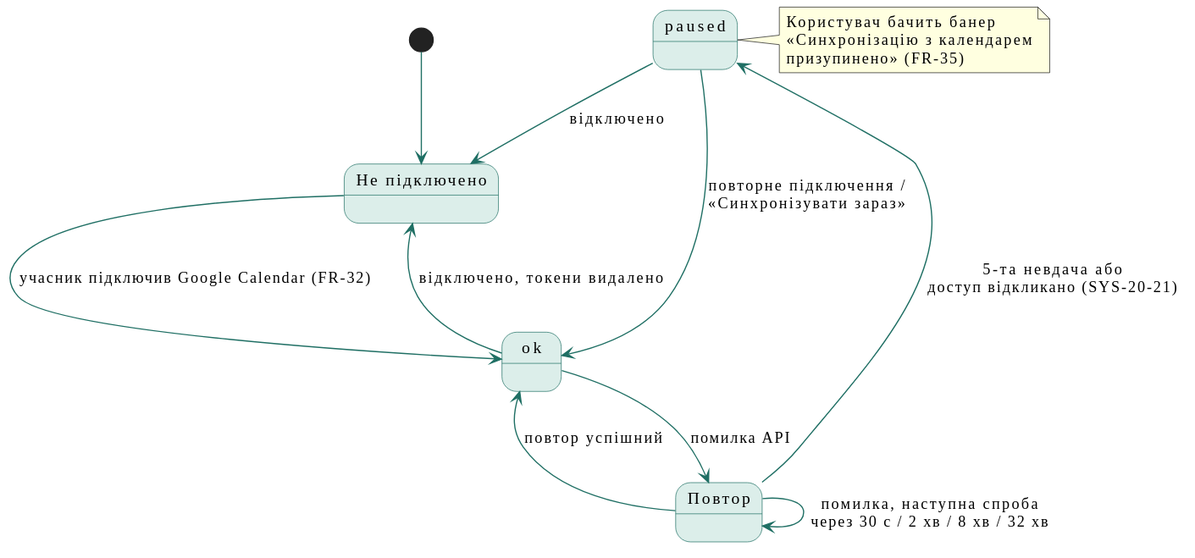
Before: docs/diagrams/state/svg/calendar-sync.svg, a diagram exported from PlantUML (mzabrodin/Errandly). Source of this version:
```plantuml
@startuml
skinparam shadowing false
skinparam defaultFontName "Inter, Segoe UI, Arial"
skinparam ArrowColor #1F6F64
skinparam StateBackgroundColor #DCEEEA
skinparam StateBorderColor #1F6F64
skinparam NoteBackgroundColor #FFFFE0

state "Не підключено" as Disconnected
state "ok" as Ok
state "Повтор" as Retrying
state "paused" as Paused

[*] --> Disconnected
Disconnected --> Ok : учасник підключив Google Calendar (FR-32)
Ok --> Retrying : помилка API
Retrying --> Ok : повтор успішний
Retrying --> Retrying : помилка, наступна спроба\nчерез 30 с / 2 хв / 8 хв / 32 хв
Retrying --> Paused : 5-та невдача або\nдоступ відкликано (SYS-20-21)
Paused --> Ok : повторне підключення /\n«Синхронізувати зараз»
Ok --> Disconnected : відключено, токени видалено
Paused --> Disconnected : відключено

note right of Paused
  Користувач бачить банер
  «Синхронізацію з календарем
  призупинено» (FR-35)
end note
@enduml
```
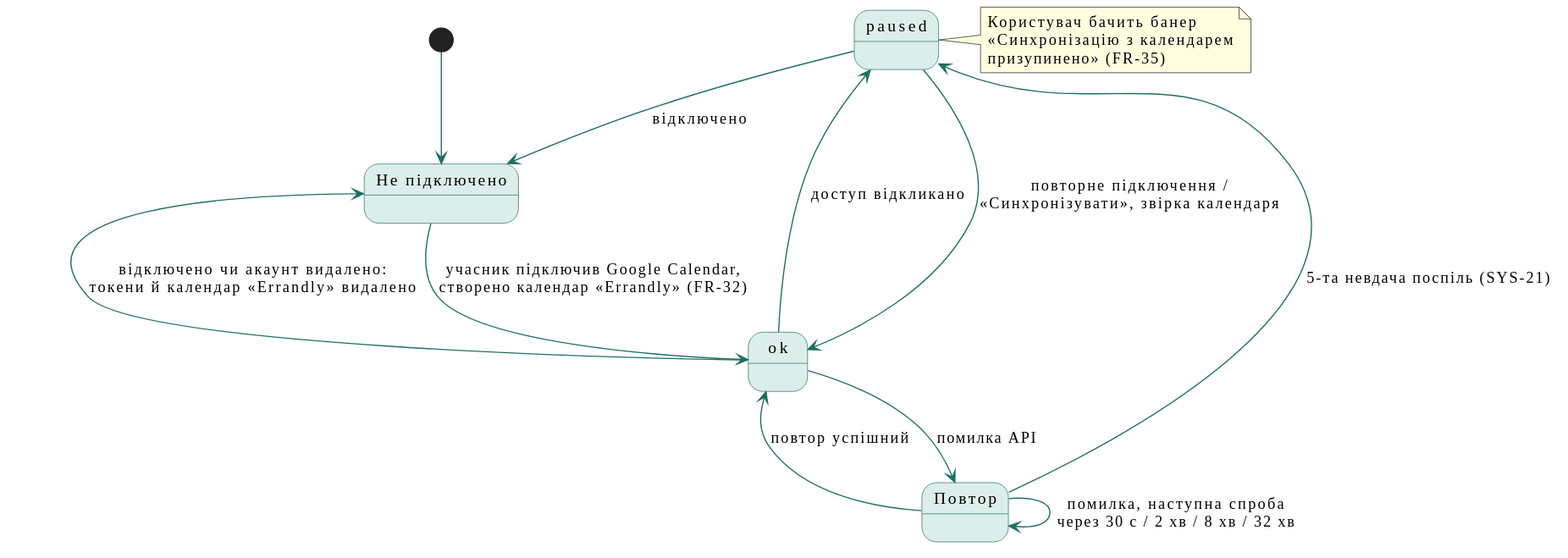
The same file after the commit.

What changed in the source:
```diff
@@ -12,13 +12,14 @@
 state "paused" as Paused
 
 [*] --> Disconnected
-Disconnected --> Ok : учасник підключив Google Calendar (FR-32)
+Disconnected --> Ok : учасник підключив Google Calendar,\nстворено календар «Errandly» (FR-32)
 Ok --> Retrying : помилка API
+Ok --> Paused : доступ відкликано
 Retrying --> Ok : повтор успішний
 Retrying --> Retrying : помилка, наступна спроба\nчерез 30 с / 2 хв / 8 хв / 32 хв
-Retrying --> Paused : 5-та невдача або\nдоступ відкликано (SYS-20-21)
-Paused --> Ok : повторне підключення /\n«Синхронізувати зараз»
-Ok --> Disconnected : відключено, токени видалено
+Retrying --> Paused : 5-та невдача поспіль (SYS-21)
+Paused --> Ok : повторне підключення /\n«Синхронізувати», звірка календаря
+Ok --> Disconnected : відключено чи акаунт видалено:\nтокени й календар «Errandly» видалено
 Paused --> Disconnected : відключено
 
 note right of Paused
```
